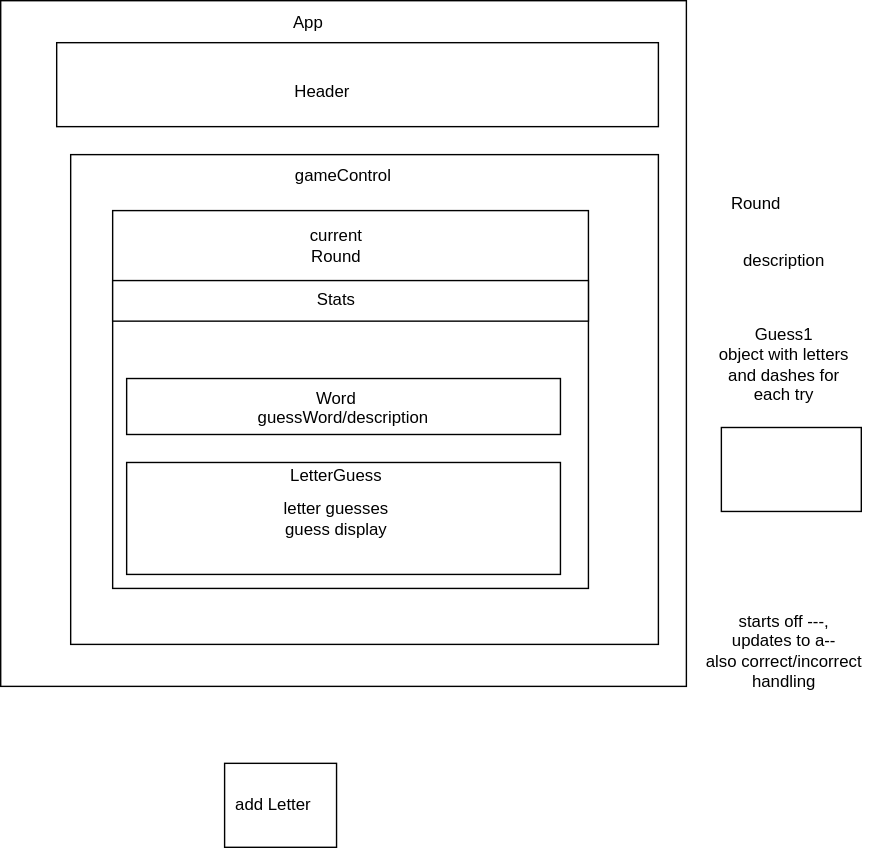
The draw.io diagram diagram.drawio.svg in ChrisRDavila/redux-word-puzzle, before a commit. Source tidied: cells renumbered, new cells last; positions are measured from the earlier drawing's top-left corner, leaving out a move shared by most shapes.
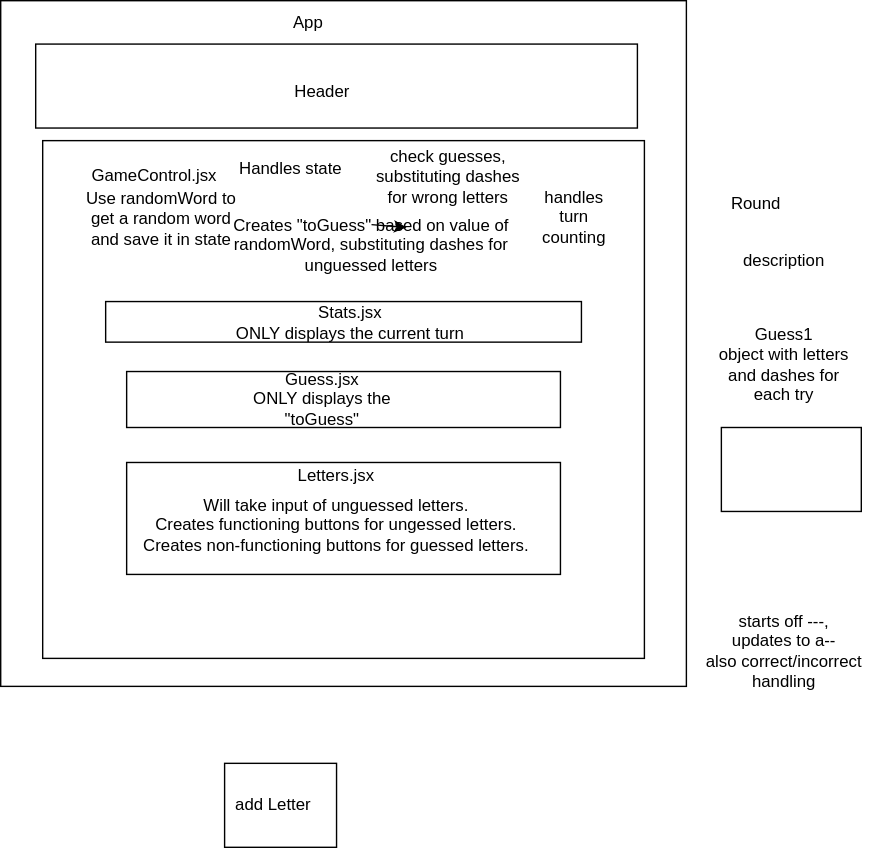
After the commit.

Change to the diagram source:
```diff
@@ -6,7 +6,7 @@
       <mxGeometry width="490" height="490" as="geometry" />
     </mxCell>
     <mxCell id="3" style="rounded=0;whiteSpace=wrap;html=1;" parent="1" vertex="1">
-      <mxGeometry x="40" y="30" width="430" height="60" as="geometry" />
+      <mxGeometry x="25" y="31" width="430" height="60" as="geometry" />
     </mxCell>
     <mxCell id="4" value="App" style="text;html=1;strokeColor=none;fillColor=none;align=center;verticalAlign=middle;whiteSpace=wrap;rounded=0;" parent="1" vertex="1">
       <mxGeometry x="190" y="1" width="60" height="30" as="geometry" />
@@ -15,10 +15,10 @@
       <mxGeometry x="200" y="50" width="60" height="30" as="geometry" />
     </mxCell>
     <mxCell id="6" style="rounded=0;whiteSpace=wrap;html=1;" parent="1" vertex="1">
-      <mxGeometry x="50" y="110" width="420" height="350" as="geometry" />
+      <mxGeometry x="30" y="100" width="430" height="370" as="geometry" />
     </mxCell>
-    <mxCell id="7" value="gameControl" style="text;html=1;strokeColor=none;fillColor=none;align=center;verticalAlign=middle;whiteSpace=wrap;rounded=0;" parent="1" vertex="1">
-      <mxGeometry x="215" y="110" width="60" height="30" as="geometry" />
+    <mxCell id="7" value="GameControl.jsx" style="text;html=1;strokeColor=none;fillColor=none;align=center;verticalAlign=middle;whiteSpace=wrap;rounded=0;" parent="1" vertex="1">
+      <mxGeometry x="80" y="110" width="60" height="30" as="geometry" />
     </mxCell>
     <mxCell id="8" value="Round" style="text;html=1;strokeColor=none;fillColor=none;align=center;verticalAlign=middle;whiteSpace=wrap;rounded=0;" parent="1" vertex="1">
       <mxGeometry x="510" y="130" width="60" height="30" as="geometry" />
@@ -41,35 +41,44 @@
     <mxCell id="14" value="description" style="text;html=1;strokeColor=none;fillColor=none;align=center;verticalAlign=middle;whiteSpace=wrap;rounded=0;" parent="1" vertex="1">
       <mxGeometry x="530" y="171" width="60" height="30" as="geometry" />
     </mxCell>
-    <mxCell id="15" style="rounded=0;whiteSpace=wrap;html=1;" parent="1" vertex="1">
-      <mxGeometry x="80" y="150" width="340" height="270" as="geometry" />
-    </mxCell>
     <mxCell id="16" style="rounded=0;whiteSpace=wrap;html=1;" parent="1" vertex="1">
-      <mxGeometry x="80" y="200" width="340" height="29" as="geometry" />
+      <mxGeometry x="75" y="215" width="340" height="29" as="geometry" />
     </mxCell>
-    <mxCell id="17" value="Stats" style="text;html=1;strokeColor=none;fillColor=none;align=center;verticalAlign=middle;whiteSpace=wrap;rounded=0;" parent="1" vertex="1">
-      <mxGeometry x="210" y="199" width="60" height="30" as="geometry" />
+    <mxCell id="17" value="Stats.jsx&lt;br&gt;ONLY displays the current turn" style="text;html=1;strokeColor=none;fillColor=none;align=center;verticalAlign=middle;whiteSpace=wrap;rounded=0;" parent="1" vertex="1">
+      <mxGeometry x="155" y="215" width="190" height="30" as="geometry" />
     </mxCell>
-    <mxCell id="18" value="current Round" style="text;html=1;strokeColor=none;fillColor=none;align=center;verticalAlign=middle;whiteSpace=wrap;rounded=0;" parent="1" vertex="1">
-      <mxGeometry x="210" y="160" width="60" height="30" as="geometry" />
-    </mxCell>
     <mxCell id="19" style="rounded=0;whiteSpace=wrap;html=1;" parent="1" vertex="1">
-      <mxGeometry x="90" y="270" width="310" height="40" as="geometry" />
+      <mxGeometry x="90" y="265" width="310" height="40" as="geometry" />
     </mxCell>
-    <mxCell id="20" value="guessWord/description" style="text;html=1;strokeColor=none;fillColor=none;align=center;verticalAlign=middle;whiteSpace=wrap;rounded=0;" parent="1" vertex="1">
-      <mxGeometry x="170" y="295" width="150" height="5" as="geometry" />
+    <mxCell id="20" value="Guess.jsx&lt;br&gt;ONLY displays the &quot;toGuess&quot;" style="text;html=1;strokeColor=none;fillColor=none;align=center;verticalAlign=middle;whiteSpace=wrap;rounded=0;" parent="1" vertex="1">
+      <mxGeometry x="155" y="282.5" width="150" height="5" as="geometry" />
     </mxCell>
     <mxCell id="21" style="rounded=0;whiteSpace=wrap;html=1;" parent="1" vertex="1">
       <mxGeometry x="90" y="330" width="310" height="80" as="geometry" />
     </mxCell>
-    <mxCell id="22" value="letter guesses&lt;br&gt;guess display" style="text;html=1;strokeColor=none;fillColor=none;align=center;verticalAlign=middle;whiteSpace=wrap;rounded=0;" parent="1" vertex="1">
-      <mxGeometry x="100" y="355" width="280" height="30" as="geometry" />
+    <mxCell id="22" value="Will take input of unguessed letters.&lt;br&gt;Creates functioning buttons for ungessed letters.&lt;br&gt;Creates non-functioning buttons for guessed letters." style="text;html=1;strokeColor=none;fillColor=none;align=center;verticalAlign=middle;whiteSpace=wrap;rounded=0;" parent="1" vertex="1">
+      <mxGeometry x="100" y="350" width="280" height="50" as="geometry" />
     </mxCell>
-    <mxCell id="23" value="Word" style="text;html=1;strokeColor=none;fillColor=none;align=center;verticalAlign=middle;whiteSpace=wrap;rounded=0;" parent="1" vertex="1">
-      <mxGeometry x="210" y="270" width="60" height="30" as="geometry" />
-    </mxCell>
-    <mxCell id="24" value="LetterGuess" style="text;html=1;strokeColor=none;fillColor=none;align=center;verticalAlign=middle;whiteSpace=wrap;rounded=0;" parent="1" vertex="1">
+    <mxCell id="24" value="Letters.jsx" style="text;html=1;strokeColor=none;fillColor=none;align=center;verticalAlign=middle;whiteSpace=wrap;rounded=0;" parent="1" vertex="1">
       <mxGeometry x="210" y="325" width="60" height="30" as="geometry" />
     </mxCell>
+    <mxCell id="25" value="check guesses, substituting dashes for wrong letters" style="text;html=1;strokeColor=none;fillColor=none;align=center;verticalAlign=middle;whiteSpace=wrap;rounded=0;" parent="1" vertex="1">
+      <mxGeometry x="260" y="111" width="120" height="30" as="geometry" />
+    </mxCell>
+    <mxCell id="26" value="handles turn counting" style="text;html=1;strokeColor=none;fillColor=none;align=center;verticalAlign=middle;whiteSpace=wrap;rounded=0;" parent="1" vertex="1">
+      <mxGeometry x="380" y="140" width="60" height="30" as="geometry" />
+    </mxCell>
+    <mxCell id="27" value="Handles state" style="text;html=1;strokeColor=none;fillColor=none;align=center;verticalAlign=middle;whiteSpace=wrap;rounded=0;" parent="1" vertex="1">
+      <mxGeometry x="155" y="110" width="105" height="20" as="geometry" />
+    </mxCell>
+    <mxCell id="28" value="Use randomWord to get a random word and save it in state" style="text;html=1;strokeColor=none;fillColor=none;align=center;verticalAlign=middle;whiteSpace=wrap;rounded=0;" parent="1" vertex="1">
+      <mxGeometry x="60" y="141" width="110" height="30" as="geometry" />
+    </mxCell>
+    <mxCell id="29" value="Creates &quot;toGuess&quot; based on value of randomWord, substituting dashes for unguessed letters" style="text;html=1;strokeColor=none;fillColor=none;align=center;verticalAlign=middle;whiteSpace=wrap;rounded=0;" parent="1" vertex="1">
+      <mxGeometry x="165" y="160" width="200" height="30" as="geometry" />
+    </mxCell>
+    <mxCell id="30" style="edgeStyle=none;html=1;exitX=0.5;exitY=0;exitDx=0;exitDy=0;entryX=0.625;entryY=0.067;entryDx=0;entryDy=0;entryPerimeter=0;" parent="1" edge="1" source="29" target="29">
+      <mxGeometry relative="1" as="geometry" />
+    </mxCell>
   </root>
 </mxGraphModel>
```
